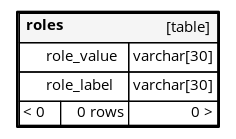
TAKAHIRO-03/GoodHabits_doc keeps this Graphviz diagram as 03_BD/schema/output/diagrams/orphans/roles.1degree.png. Above is the earlier version. Its source is kept beside it as 03_BD/schema/output/diagrams/orphans/roles.1degree.dot.
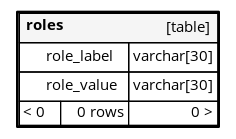
Above is the later version.

Diff of the diagram source:
```diff
@@ -20,8 +20,8 @@
    label=<
     <TABLE BORDER="2" CELLBORDER="1" CELLSPACING="0" BGCOLOR="#ffffff">
       <TR><TD COLSPAN="4"  BGCOLOR="#f5f5f5"><TABLE BORDER="0" CELLSPACING="0"><TR><TD ALIGN="LEFT"><B>roles</B></TD><TD ALIGN="RIGHT">[table]</TD></TR></TABLE></TD></TR>
+      <TR><TD PORT="role_label" COLSPAN="2" ALIGN="LEFT"><TABLE BORDER="0" CELLSPACING="0" ALIGN="LEFT"><TR ALIGN="LEFT"><TD ALIGN="LEFT" FIXEDSIZE="TRUE" WIDTH="15" HEIGHT="16"></TD><TD ALIGN="LEFT" FIXEDSIZE="TRUE" WIDTH="61" HEIGHT="16">role_label</TD></TR></TABLE></TD><TD PORT="role_label.type" ALIGN="LEFT">varchar[30]</TD></TR>
       <TR><TD PORT="role_value" COLSPAN="2" ALIGN="LEFT"><TABLE BORDER="0" CELLSPACING="0" ALIGN="LEFT"><TR ALIGN="LEFT"><TD ALIGN="LEFT" FIXEDSIZE="TRUE" WIDTH="15" HEIGHT="16"></TD><TD ALIGN="LEFT" FIXEDSIZE="TRUE" WIDTH="61" HEIGHT="16">role_value</TD></TR></TABLE></TD><TD PORT="role_value.type" ALIGN="LEFT">varchar[30]</TD></TR>
-      <TR><TD PORT="role_label" COLSPAN="2" ALIGN="LEFT"><TABLE BORDER="0" CELLSPACING="0" ALIGN="LEFT"><TR ALIGN="LEFT"><TD ALIGN="LEFT" FIXEDSIZE="TRUE" WIDTH="15" HEIGHT="16"></TD><TD ALIGN="LEFT" FIXEDSIZE="TRUE" WIDTH="61" HEIGHT="16">role_label</TD></TR></TABLE></TD><TD PORT="role_label.type" ALIGN="LEFT">varchar[30]</TD></TR>
       <TR><TD ALIGN="LEFT" BGCOLOR="#ffffff">&lt; 0</TD><TD ALIGN="RIGHT" BGCOLOR="#ffffff">0 rows</TD><TD ALIGN="RIGHT" BGCOLOR="#ffffff">0 &gt;</TD></TR>
     </TABLE>>
     URL="tables/roles.html"
```
